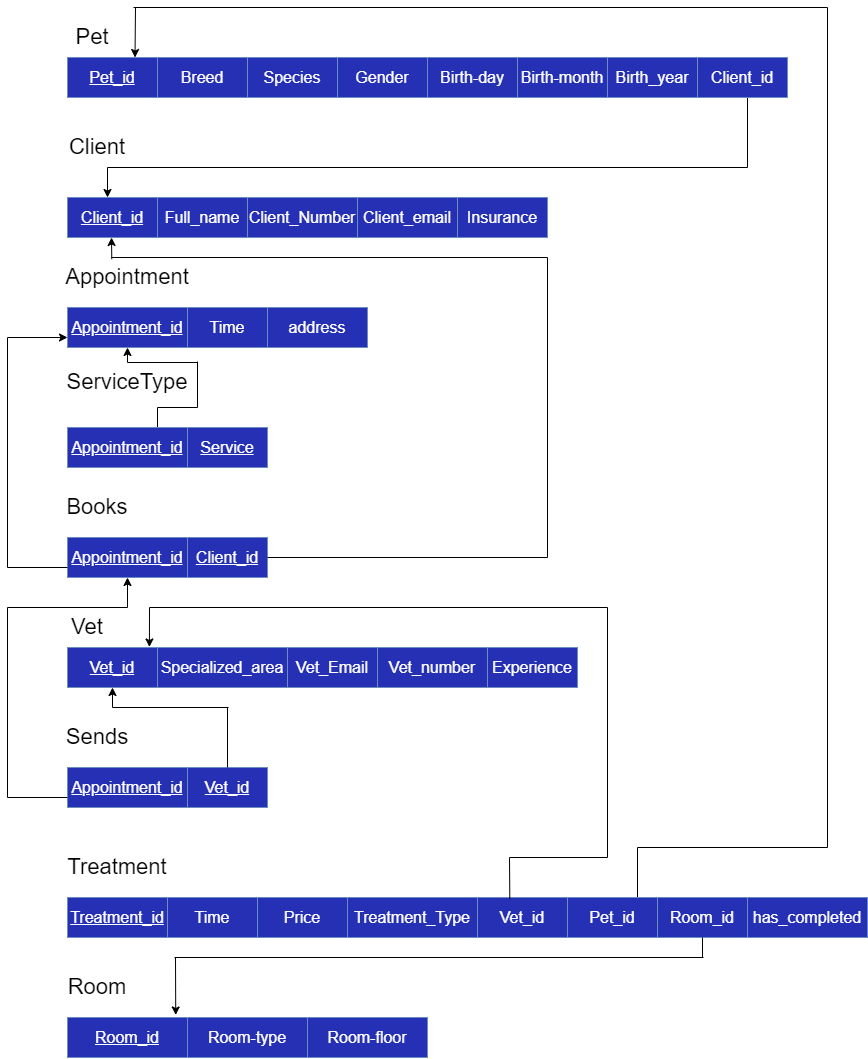
Before: RelationalSchemaPetClinic.drawio.png, a diagram exported from draw.io (tomztz/SQL-Pet-Clinic). Source tidied: cells renumbered, new cells last; positions are measured from the earlier drawing's top-left corner, leaving out a move shared by most shapes.
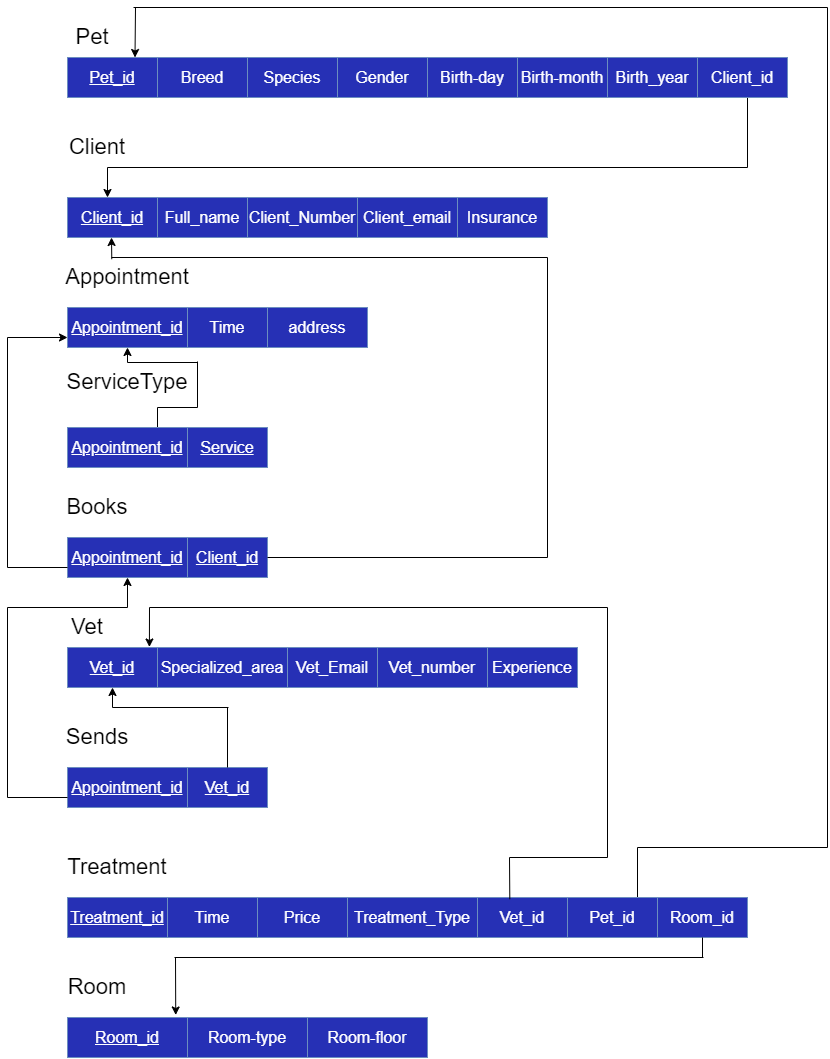
After the change.

Change to the diagram source:
```diff
@@ -334,8 +334,5 @@
         <mxPoint x="695" y="950" as="sourcePoint" />
       </mxGeometry>
     </mxCell>
-    <mxCell id="83" value="&lt;font color=&quot;#ffffff&quot;&gt;&lt;span style=&quot;font-size: 16px&quot;&gt;has_completed&lt;/span&gt;&lt;/font&gt;" style="rounded=0;whiteSpace=wrap;html=1;fillColor=#2630B5;strokeColor=#6c8ebf;" parent="1" vertex="1">
-      <mxGeometry x="740" y="890" width="120" height="40" as="geometry" />
-    </mxCell>
   </root>
 </mxGraphModel>
```
